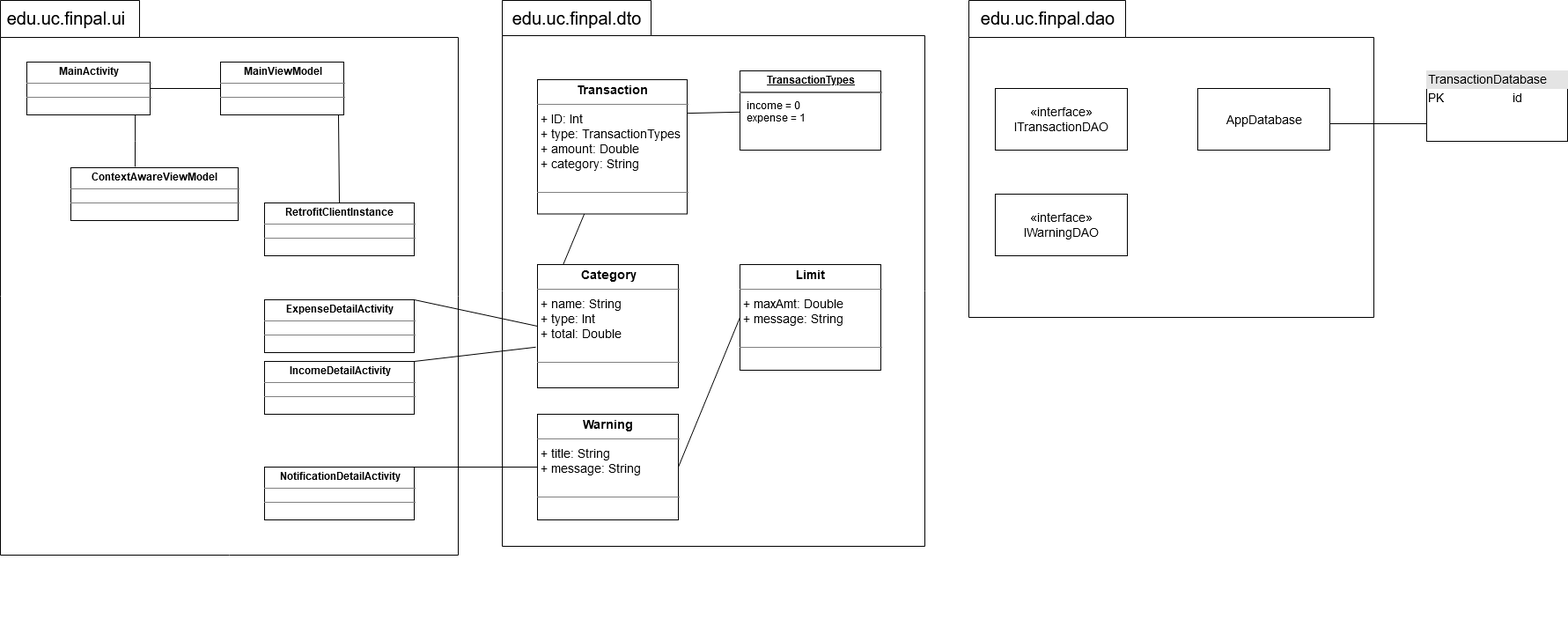
Before: diagram.png, a diagram exported from draw.io (haflga/finpal). Source tidied: cells renumbered, new cells last; positions are measured from the earlier drawing's top-left corner, leaving out a move shared by most shapes.
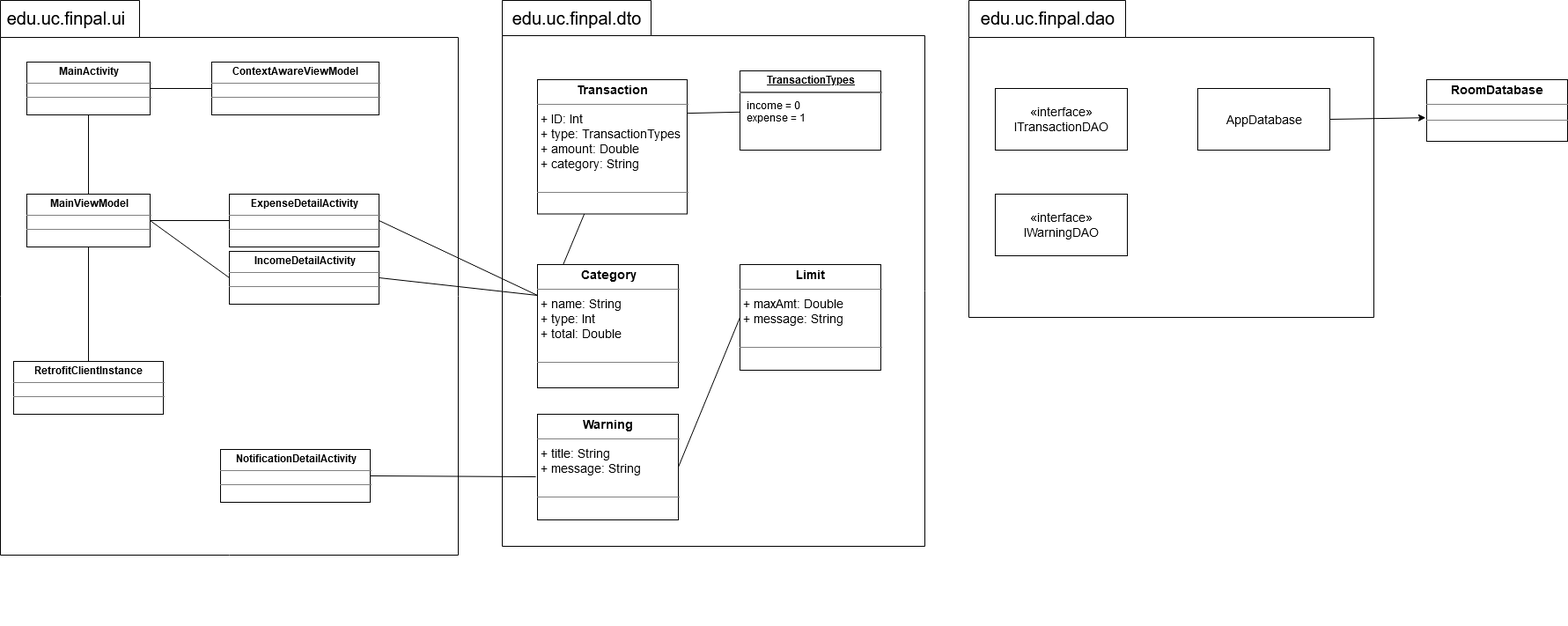
Later version of the same file.

Change to the diagram source:
```diff
@@ -8,35 +8,41 @@
     <mxCell id="3" style="shape=folder;fontStyle=1;spacingTop=10;tabWidth=158;tabHeight=42;tabPosition=left;html=1;" parent="2" vertex="1">
       <mxGeometry width="520" height="630" as="geometry" />
     </mxCell>
+    <mxCell id="10" style="edgeStyle=none;rounded=0;jettySize=auto;html=1;exitX=1;exitY=0.5;exitDx=0;exitDy=0;entryX=0;entryY=0.5;entryDx=0;entryDy=0;endArrow=none;endFill=0;strokeColor=#000000;strokeWidth=1;" parent="2" edge="1" source="5" target="8">
+      <mxGeometry relative="1" as="geometry" />
+    </mxCell>
-    <mxCell id="4" style="edgeStyle=orthogonalEdgeStyle;rounded=0;jettySize=auto;html=1;exitX=1;exitY=0.5;exitDx=0;exitDy=0;entryX=0;entryY=0.5;entryDx=0;entryDy=0;strokeWidth=1;strokeColor=#000000;endArrow=none;endFill=0;" parent="2" edge="1" source="5" target="7">
+    <mxCell id="4" style="edgeStyle=none;rounded=0;jettySize=auto;html=1;exitX=0.5;exitY=1;exitDx=0;exitDy=0;entryX=0.5;entryY=0;entryDx=0;entryDy=0;endArrow=none;endFill=0;strokeColor=#000000;strokeWidth=1;" parent="2" edge="1" source="5" target="7">
       <mxGeometry relative="1" as="geometry" />
     </mxCell>
     <mxCell id="5" value="&lt;p style=&quot;margin: 0px ; margin-top: 4px ; text-align: center&quot;&gt;&lt;b&gt;MainActivity&lt;/b&gt;&lt;/p&gt;&lt;hr size=&quot;1&quot;&gt;&lt;div style=&quot;height: 2px&quot;&gt;&lt;/div&gt;&lt;hr size=&quot;1&quot;&gt;&lt;div style=&quot;height: 2px&quot;&gt;&lt;/div&gt;" style="verticalAlign=top;align=left;overflow=fill;fontSize=12;fontFamily=Helvetica;html=1;" parent="2" vertex="1">
       <mxGeometry x="30" y="70" width="140" height="60" as="geometry" />
     </mxCell>
-    <mxCell id="6" style="edgeStyle=none;rounded=0;jettySize=auto;html=1;exitX=0.957;exitY=1;exitDx=0;exitDy=0;entryX=0.5;entryY=0;entryDx=0;entryDy=0;endArrow=none;endFill=0;strokeColor=#000000;strokeWidth=1;exitPerimeter=0;" parent="2" edge="1" source="7" target="9">
+    <mxCell id="6" style="edgeStyle=none;rounded=0;jettySize=auto;html=1;exitX=0.5;exitY=1;exitDx=0;exitDy=0;entryX=0.5;entryY=0;entryDx=0;entryDy=0;endArrow=none;endFill=0;strokeColor=#000000;strokeWidth=1;" parent="2" edge="1" source="7" target="9">
       <mxGeometry relative="1" as="geometry" />
     </mxCell>
+    <mxCell id="37" style="edgeStyle=none;rounded=0;jettySize=auto;html=1;exitX=1;exitY=0.5;exitDx=0;exitDy=0;entryX=0;entryY=0.5;entryDx=0;entryDy=0;endArrow=none;endFill=0;strokeColor=#000000;strokeWidth=1;" parent="2" edge="1" source="7" target="11">
+      <mxGeometry relative="1" as="geometry" />
+    </mxCell>
+    <mxCell id="38" style="edgeStyle=none;rounded=0;jettySize=auto;html=1;exitX=1;exitY=0.5;exitDx=0;exitDy=0;entryX=0;entryY=0.5;entryDx=0;entryDy=0;endArrow=none;endFill=0;strokeColor=#000000;strokeWidth=1;" parent="2" edge="1" source="7" target="12">
+      <mxGeometry relative="1" as="geometry" />
+    </mxCell>
     <mxCell id="7" value="&lt;p style=&quot;margin: 0px ; margin-top: 4px ; text-align: center&quot;&gt;&lt;b&gt;MainViewModel&lt;/b&gt;&lt;/p&gt;&lt;hr size=&quot;1&quot;&gt;&lt;div style=&quot;height: 2px&quot;&gt;&lt;/div&gt;&lt;hr size=&quot;1&quot;&gt;&lt;div style=&quot;height: 2px&quot;&gt;&lt;/div&gt;" style="verticalAlign=top;align=left;overflow=fill;fontSize=12;fontFamily=Helvetica;html=1;" parent="2" vertex="1">
-      <mxGeometry x="250" y="70" width="140" height="60" as="geometry" />
+      <mxGeometry x="30" y="220" width="140" height="60" as="geometry" />
     </mxCell>
     <mxCell id="8" value="&lt;p style=&quot;margin: 0px ; margin-top: 4px ; text-align: center&quot;&gt;&lt;b&gt;ContextAwareViewModel&lt;/b&gt;&lt;br&gt;&lt;/p&gt;&lt;hr size=&quot;1&quot;&gt;&lt;div style=&quot;height: 2px&quot;&gt;&lt;/div&gt;&lt;hr size=&quot;1&quot;&gt;&lt;div style=&quot;height: 2px&quot;&gt;&lt;/div&gt;" style="verticalAlign=top;align=left;overflow=fill;fontSize=12;fontFamily=Helvetica;html=1;" parent="2" vertex="1">
-      <mxGeometry x="80" y="190" width="190" height="60" as="geometry" />
+      <mxGeometry x="240" y="70" width="190" height="60" as="geometry" />
     </mxCell>
     <mxCell id="9" value="&lt;p style=&quot;margin: 0px ; margin-top: 4px ; text-align: center&quot;&gt;&lt;b&gt;RetrofitClientInstance&lt;/b&gt;&lt;br&gt;&lt;/p&gt;&lt;hr size=&quot;1&quot;&gt;&lt;div style=&quot;height: 2px&quot;&gt;&lt;/div&gt;&lt;hr size=&quot;1&quot;&gt;&lt;div style=&quot;height: 2px&quot;&gt;&lt;/div&gt;" style="verticalAlign=top;align=left;overflow=fill;fontSize=12;fontFamily=Helvetica;html=1;" parent="2" vertex="1">
-      <mxGeometry x="300" y="230" width="170" height="60" as="geometry" />
+      <mxGeometry x="15" y="410" width="170" height="60" as="geometry" />
     </mxCell>
-    <mxCell id="10" style="edgeStyle=orthogonalEdgeStyle;rounded=0;jettySize=auto;html=1;exitX=0.879;exitY=1;exitDx=0;exitDy=0;strokeWidth=1;strokeColor=#000000;endArrow=none;endFill=0;exitPerimeter=0;entryX=0.384;entryY=-0.017;entryDx=0;entryDy=0;entryPerimeter=0;" parent="2" edge="1" source="5" target="8">
-      <mxGeometry relative="1" as="geometry" />
-    </mxCell>
     <mxCell id="11" value="&lt;p style=&quot;margin: 0px ; margin-top: 4px ; text-align: center&quot;&gt;&lt;b&gt;ExpenseDetailActivity&lt;/b&gt;&lt;/p&gt;&lt;hr size=&quot;1&quot;&gt;&lt;div style=&quot;height: 2px&quot;&gt;&lt;/div&gt;&lt;hr size=&quot;1&quot;&gt;&lt;div style=&quot;height: 2px&quot;&gt;&lt;/div&gt;" style="verticalAlign=top;align=left;overflow=fill;fontSize=12;fontFamily=Helvetica;html=1;" parent="2" vertex="1">
-      <mxGeometry x="300" y="340" width="170" height="60" as="geometry" />
+      <mxGeometry x="260" y="220" width="170" height="60" as="geometry" />
     </mxCell>
     <mxCell id="12" value="&lt;p style=&quot;margin: 0px ; margin-top: 4px ; text-align: center&quot;&gt;&lt;b&gt;IncomeDetailActivity&lt;/b&gt;&lt;/p&gt;&lt;hr size=&quot;1&quot;&gt;&lt;div style=&quot;height: 2px&quot;&gt;&lt;/div&gt;&lt;hr size=&quot;1&quot;&gt;&lt;div style=&quot;height: 2px&quot;&gt;&lt;/div&gt;" style="verticalAlign=top;align=left;overflow=fill;fontSize=12;fontFamily=Helvetica;html=1;" parent="2" vertex="1">
-      <mxGeometry x="300" y="410" width="170" height="60" as="geometry" />
+      <mxGeometry x="260" y="285" width="170" height="60" as="geometry" />
     </mxCell>
     <mxCell id="13" value="&lt;p style=&quot;margin: 0px ; margin-top: 4px ; text-align: center&quot;&gt;&lt;b&gt;NotificationDetailActivity&lt;/b&gt;&lt;/p&gt;&lt;hr size=&quot;1&quot;&gt;&lt;div style=&quot;height: 2px&quot;&gt;&lt;/div&gt;&lt;hr size=&quot;1&quot;&gt;&lt;div style=&quot;height: 2px&quot;&gt;&lt;/div&gt;" style="verticalAlign=top;align=left;overflow=fill;fontSize=12;fontFamily=Helvetica;html=1;" parent="2" vertex="1">
-      <mxGeometry x="300" y="530" width="170" height="60" as="geometry" />
+      <mxGeometry x="250" y="510" width="170" height="60" as="geometry" />
     </mxCell>
     <mxCell id="14" value="&lt;font style=&quot;font-size: 20px&quot;&gt;edu.uc.f&lt;font style=&quot;font-size: 20px&quot;&gt;inpal.ui&lt;/font&gt;&lt;/font&gt;" style="text;html=1;strokeColor=none;fillColor=none;align=center;verticalAlign=middle;whiteSpace=wrap;rounded=0;" parent="2" vertex="1">
       <mxGeometry width="150" height="40" as="geometry" />
@@ -92,20 +98,20 @@
     <mxCell id="31" value="&lt;font style=&quot;font-size: 14px&quot;&gt;«interface»&lt;br&gt;IWarningDAO&lt;br&gt;&lt;/font&gt;" style="html=1;" parent="26" vertex="1">
       <mxGeometry x="30" y="220" width="150" height="70" as="geometry" />
     </mxCell>
+    <mxCell id="39" value="&lt;p style=&quot;margin: 4px 0px 0px ; text-align: center ; font-size: 14px&quot;&gt;&lt;font style=&quot;font-size: 14px&quot;&gt;&lt;b&gt;RoomDatabase&lt;/b&gt;&lt;br&gt;&lt;/font&gt;&lt;/p&gt;&lt;hr style=&quot;font-size: 14px&quot; size=&quot;1&quot;&gt;&lt;div style=&quot;height: 2px ; font-size: 14px&quot;&gt;&lt;/div&gt;&lt;hr style=&quot;font-size: 14px&quot; size=&quot;1&quot;&gt;&lt;div style=&quot;height: 2px ; font-size: 14px&quot;&gt;&lt;/div&gt;" style="verticalAlign=top;align=left;overflow=fill;fontSize=12;fontFamily=Helvetica;html=1;" parent="1" vertex="1">
+      <mxGeometry x="1620" y="90" width="160" height="70" as="geometry" />
+    </mxCell>
+    <mxCell id="40" style="edgeStyle=none;rounded=0;jettySize=auto;html=1;exitX=1;exitY=0.5;exitDx=0;exitDy=0;entryX=-0.007;entryY=0.617;entryDx=0;entryDy=0;entryPerimeter=0;endArrow=classic;endFill=1;strokeColor=#000000;strokeWidth=1;" parent="1" edge="1" source="29" target="39">
+      <mxGeometry relative="1" as="geometry" />
+    </mxCell>
-    <mxCell id="32" style="edgeStyle=none;rounded=0;jettySize=auto;html=1;exitX=1;exitY=0;exitDx=0;exitDy=0;entryX=0;entryY=0.5;entryDx=0;entryDy=0;endArrow=none;endFill=0;strokeColor=#000000;strokeWidth=1;" parent="1" edge="1" source="11" target="19">
+    <mxCell id="32" style="edgeStyle=none;rounded=0;jettySize=auto;html=1;exitX=1;exitY=0.5;exitDx=0;exitDy=0;entryX=0;entryY=0.25;entryDx=0;entryDy=0;endArrow=none;endFill=0;strokeColor=#000000;strokeWidth=1;" parent="1" edge="1" source="11" target="19">
       <mxGeometry relative="1" as="geometry" />
     </mxCell>
-    <mxCell id="33" style="edgeStyle=none;rounded=0;jettySize=auto;html=1;exitX=1;exitY=0;exitDx=0;exitDy=0;endArrow=none;endFill=0;strokeColor=#000000;strokeWidth=1;entryX=-0.012;entryY=0.67;entryDx=0;entryDy=0;entryPerimeter=0;" parent="1" edge="1" source="12" target="19">
+    <mxCell id="33" style="edgeStyle=none;rounded=0;jettySize=auto;html=1;exitX=1;exitY=0.5;exitDx=0;exitDy=0;entryX=0;entryY=0.25;entryDx=0;entryDy=0;endArrow=none;endFill=0;strokeColor=#000000;strokeWidth=1;" parent="1" edge="1" source="12" target="19">
       <mxGeometry relative="1" as="geometry" />
     </mxCell>
-    <mxCell id="34" style="edgeStyle=none;rounded=0;jettySize=auto;html=1;exitX=1;exitY=0;exitDx=0;exitDy=0;entryX=0;entryY=0.5;entryDx=0;entryDy=0;endArrow=none;endFill=0;strokeColor=#000000;strokeWidth=1;" parent="1" edge="1" source="13" target="21">
+    <mxCell id="34" style="edgeStyle=none;rounded=0;jettySize=auto;html=1;exitX=1;exitY=0.5;exitDx=0;exitDy=0;entryX=-0.012;entryY=0.592;entryDx=0;entryDy=0;entryPerimeter=0;endArrow=none;endFill=0;strokeColor=#000000;strokeWidth=1;" parent="1" edge="1" source="13" target="21">
       <mxGeometry relative="1" as="geometry" />
     </mxCell>
-    <mxCell id="35" value="&lt;div style=&quot;box-sizing: border-box ; width: 100% ; background: rgb(228 , 228 , 228) none repeat scroll 0% 0% ; padding: 2px ; font-size: 14px&quot;&gt;&lt;font style=&quot;font-size: 14px&quot;&gt;TransactionDatabase&lt;/font&gt;&lt;/div&gt;&lt;table style=&quot;width: 100% ; font-size: 14px&quot; cellspacing=&quot;0&quot; cellpadding=&quot;2&quot;&gt;&lt;tbody&gt;&lt;tr&gt;&lt;td&gt;&lt;font style=&quot;font-size: 14px&quot;&gt;PK&lt;/font&gt;&lt;/td&gt;&lt;td&gt;&lt;font style=&quot;font-size: 14px&quot;&gt;id&lt;/font&gt;&lt;/td&gt;&lt;/tr&gt;&lt;tr&gt;&lt;td&gt;&lt;br&gt;&lt;/td&gt;&lt;td&gt;&lt;br&gt;&lt;/td&gt;&lt;/tr&gt;&lt;tr&gt;&lt;td&gt;&lt;br&gt;&lt;/td&gt;&lt;td&gt;&lt;br&gt;&lt;/td&gt;&lt;/tr&gt;&lt;/tbody&gt;&lt;/table&gt;" style="verticalAlign=top;align=left;overflow=fill;html=1;" parent="1" vertex="1">
-      <mxGeometry x="1620" y="80" width="160" height="80" as="geometry" />
-    </mxCell>
-    <mxCell id="36" style="edgeStyle=none;rounded=0;jettySize=auto;html=1;exitX=1;exitY=0.571;exitDx=0;exitDy=0;entryX=0;entryY=0.75;entryDx=0;entryDy=0;endArrow=none;endFill=0;strokeColor=#000000;strokeWidth=1;exitPerimeter=0;" parent="1" edge="1" source="29" target="35">
-      <mxGeometry relative="1" as="geometry" />
-    </mxCell>
   </root>
 </mxGraphModel>
```
